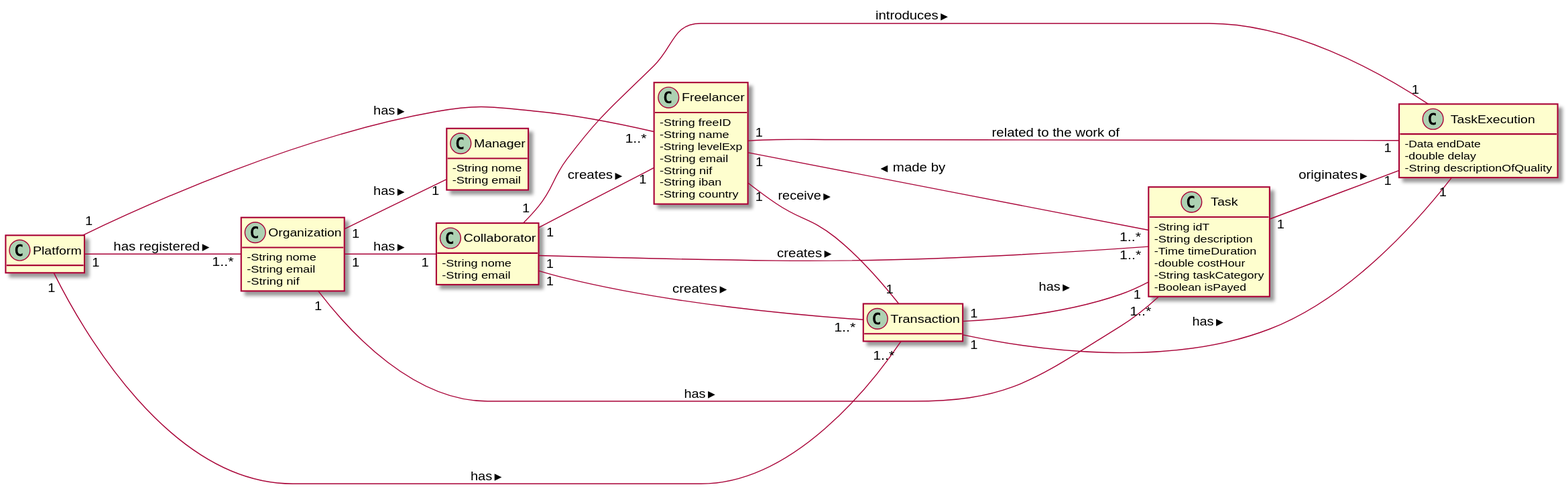
Above: docs/UC8 - Check Overall Statistics/UC8_MD.svg in 1190452/LAPR2 (PlantUML), before the change. The source it was exported from:
```plantuml
@startuml
skinparam classAttributeIconSize 0
hide methods
left to right direction

class Platform{
}
class Freelancer {
  -String freeID
  -String name
  -String levelExp
  -String email
  -String nif
  -String iban
  -String country
}

class Organization {
  -String nome
  -String email
  -String nif
}

class Collaborator{
  -String nome
  -String email
}

class Task {
  -String idT
  -String description
  -Time timeDuration
  -double costHour
  -String taskCategory
  -Boolean isPayed
}

class Manager {
  -String nome
  -String email
}


class Transaction {

}
class TaskExecution{
  -Data endDate
  -double delay
  -String descriptionOfQuality
  }

Freelancer "1" -- "1" Transaction: receive >

Task "1..*" -- "1" Freelancer: made by >


Platform "1" -- "1..*" Transaction: has >
Platform "1" -- "1..*" Organization: has registered >
Platform "1" -- "1..*" Freelancer: has >


Organization "1" -- "1" Manager: has >
Organization "1" -- "1" Collaborator: has >
Organization "1" -- "1..*" Task: has >

Transaction "1" -- "1" Task: has >
Transaction "1" -- "1" TaskExecution: has >

Collaborator "1" -- "1" Freelancer: creates >
Collaborator "1" -- "1..*" Task: creates >
Collaborator "1" -- "1..*" Transaction: creates >
Collaborator "1" -- "1" TaskExecution: introduces >

TaskExecution "1" -- "1" Freelancer: related to the work of

Task "1" -- "1" TaskExecution : originates >
@enduml
```
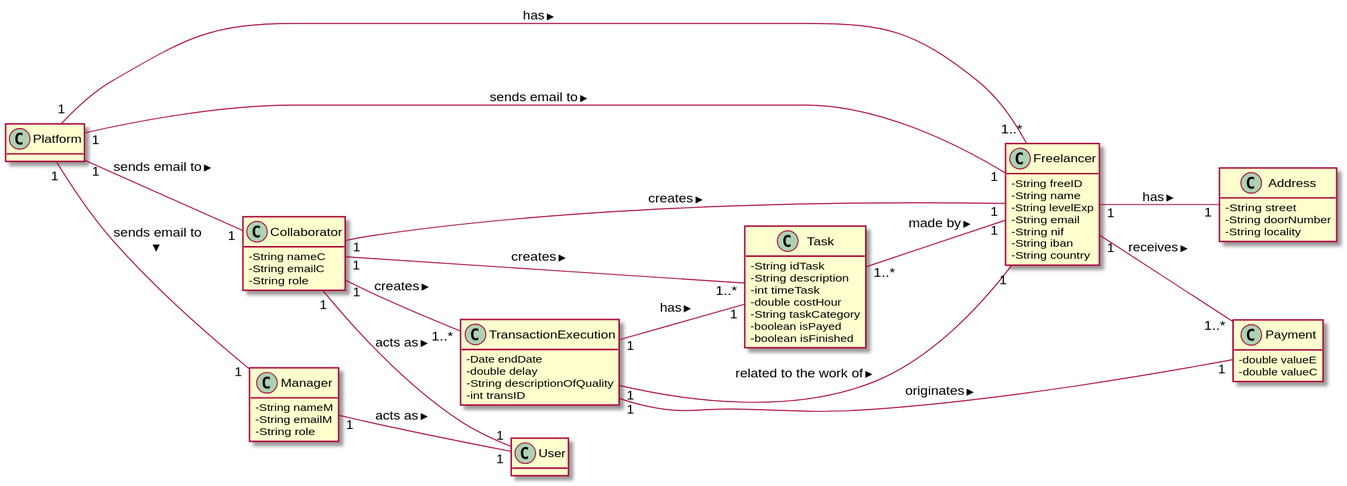
After the commit.

Diff of the diagram source:
```diff
@@ -15,64 +15,72 @@
   -String country
 }
 
-class Organization {
-  -String nome
-  -String email
-  -String nif
-}
 
 class Collaborator{
-  -String nome
-  -String email
+  -String nameC
+  -String emailC
+  -String role
 }
 
 class Task {
-  -String idT
+  -String idTask
   -String description
-  -Time timeDuration
+  -int timeTask
   -double costHour
   -String taskCategory
-  -Boolean isPayed
+  -boolean isPayed
+  -boolean isFinished
 }
 
 class Manager {
-  -String nome
-  -String email
+  -String nameM
+  -String emailM
+  -String role
+}
+
+class User {
+}
+
+class TransactionExecution {
+  -Date endDate
+  -double delay
+  -String descriptionOfQuality
+  -int transID
+}
+
+class Address{
+  -String street
+  -String doorNumber
+  -String locality
 }
 
 
-class Transaction {
+class Payment{
+  -double valueE
+  -double valueC
+}
 
-}
-class TaskExecution{
-  -Data endDate
-  -double delay
-  -String descriptionOfQuality
-  }
 
-Freelancer "1" -- "1" Transaction: receive >
+Freelancer "1" -- "1..*" Payment: receives >
+Freelancer "1" -- "1" Address: has >
 
 Task "1..*" -- "1" Freelancer: made by >
 
-
-Platform "1" -- "1..*" Transaction: has >
-Platform "1" -- "1..*" Organization: has registered >
 Platform "1" -- "1..*" Freelancer: has >
+Platform "1" -- "1" Freelancer: sends email to >
+Platform "1" -- "1" Collaborator: sends email to >
+Platform "1" -- "1" Manager: sends email to >
 
 
-Organization "1" -- "1" Manager: has >
-Organization "1" -- "1" Collaborator: has >
-Organization "1" -- "1..*" Task: has >
+Manager "1" -- "1" User: acts as >
 
-Transaction "1" -- "1" Task: has >
-Transaction "1" -- "1" TaskExecution: has >
+
+TransactionExecution "1" -- "1" Task : has >
+TransactionExecution "1" -- "1" Freelancer: related to the work of >
+TransactionExecution "1" -- "1" Payment : originates >
 
 Collaborator "1" -- "1" Freelancer: creates >
 Collaborator "1" -- "1..*" Task: creates >
-Collaborator "1" -- "1..*" Transaction: creates >
-Collaborator "1" -- "1" TaskExecution: introduces >
-
-TaskExecution "1" -- "1" Freelancer: related to the work of
-
-Task "1" -- "1" TaskExecution : originates >
+Collaborator "1" -- "1..*" TransactionExecution: creates >
+Collaborator "1" -- "1" User: acts as >
 @enduml
```
